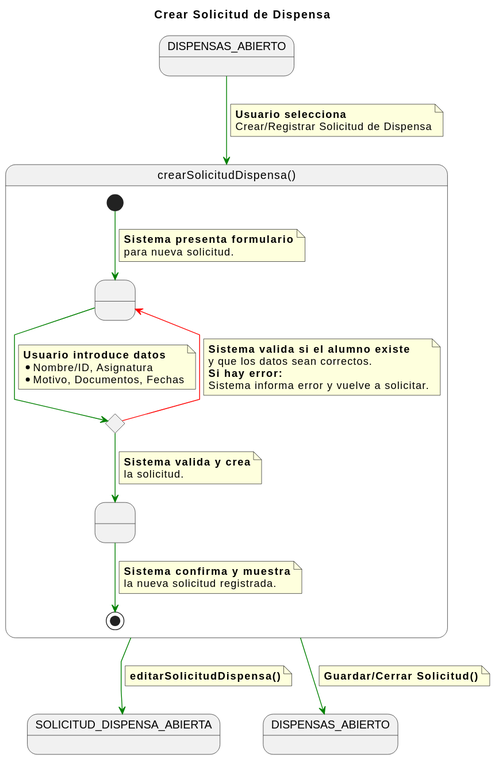
enmabry/25-26-IdSw1-SdR keeps this PlantUML diagram as documents/CasosDeUso/DetalladoCasosDeUso/Secretaria/crearSolicitudDispensa.svg. Above is the earlier version.
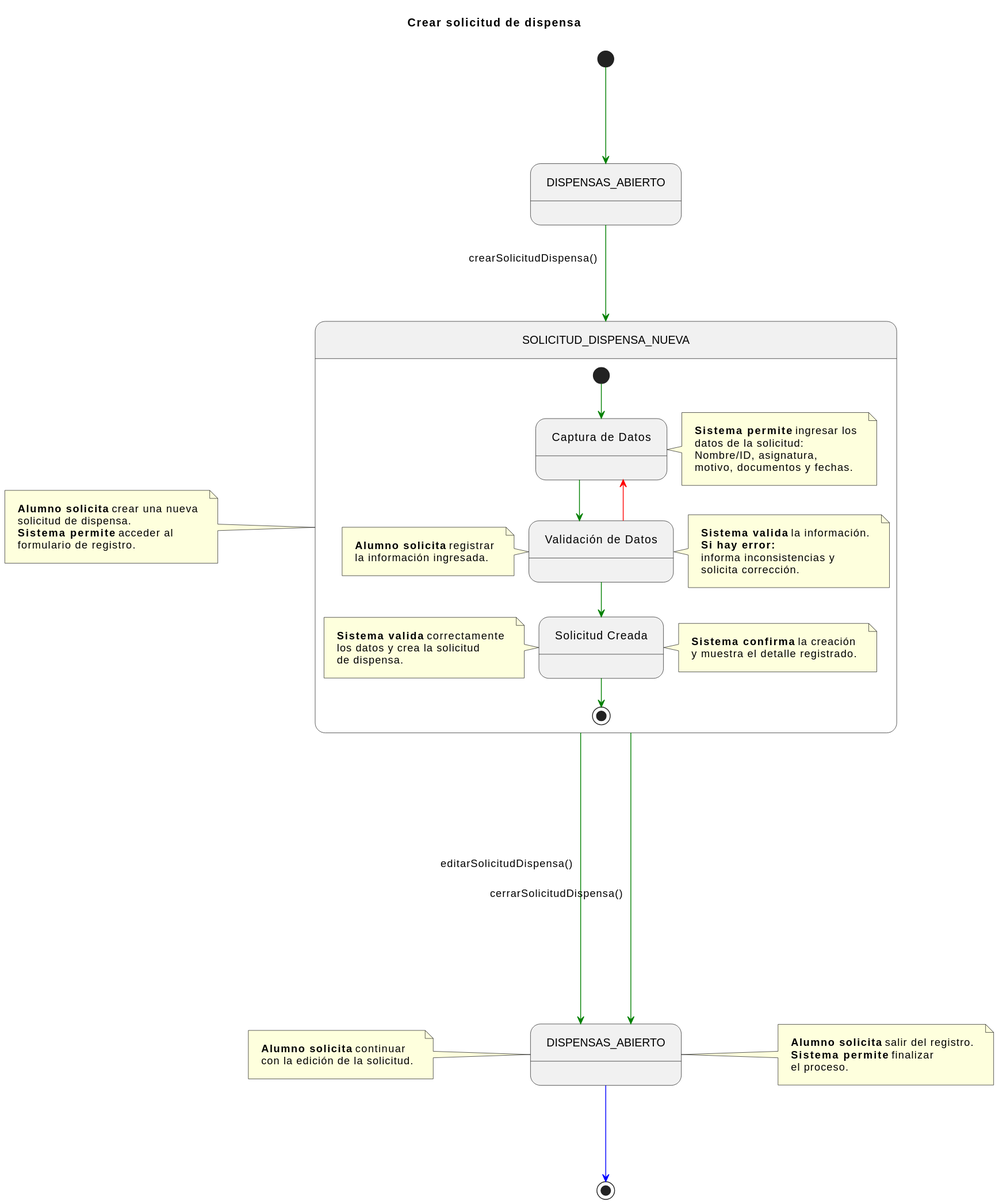
After the commit.

Diff of the diagram source:
```diff
@@ -1,65 +1,91 @@
 @startuml
-title Crear Solicitud de Dispensa
+title Crear solicitud de dispensa
 
-skinparam linetype polyline
 
-state startState as "DISPENSAS_ABIERTO"
-state endState1 as "SOLICITUD_DISPENSA_ABIERTA"
-state endState2 as "DISPENSAS_ABIERTO"
+skinparam nodesep 120
+skinparam ranksep 120
+skinparam linetype ortho
+skinparam Padding 10
 
-startState -[#green]-> crearSolicitudDispensa
-note on link
-    <b>Usuario selecciona</b>
-    Crear/Registrar Solicitud de Dispensa
+state DISPENSAS_ABIERTO_INICIAL      as "DISPENSAS_ABIERTO"
+state SOLICITUD_DISPENSA_NUEVA_COMP  as "SOLICITUD_DISPENSA_NUEVA"
+state DISPENSAS_ABIERTO_FINAL        as "DISPENSAS_ABIERTO"
+
+[*] -[#green]-> DISPENSAS_ABIERTO_INICIAL
+
+DISPENSAS_ABIERTO_INICIAL -[#green]-> SOLICITUD_DISPENSA_NUEVA_COMP : crearSolicitudDispensa()
+
+note left of SOLICITUD_DISPENSA_NUEVA_COMP
+    <b>Alumno solicita</b> crear una nueva
+    solicitud de dispensa.
+    <b>Sistema permite</b> acceder al
+    formulario de registro.
 end note
 
-state crearSolicitudDispensa as "crearSolicitudDispensa()" {
-    state SolicitudDatos as " "
-    state ValidarDatos <<choice>>
-    state CreacionExitosa as " "
 
-    [*] -[#green]-> SolicitudDatos
-    note on link
-        <b>Sistema presenta formulario</b>
-        para nueva solicitud.
+state SOLICITUD_DISPENSA_NUEVA_COMP {
+
+    state CapturaDatos    as "Captura de Datos"
+    state ValidarDatos    as "Validación de Datos"
+    state CreacionExitosa as "Solicitud Creada"
+
+    [*] -[#green]-> CapturaDatos
+
+    note right of CapturaDatos
+        <b>Sistema permite</b> ingresar los
+        datos de la solicitud:
+        Nombre/ID, asignatura,
+        motivo, documentos y fechas.
     end note
 
-    SolicitudDatos -[#green]-> ValidarDatos
-    note on link
-        <b>Usuario introduce datos</b>
-        * Nombre/ID, Asignatura
-        * Motivo, Documentos, Fechas
+    CapturaDatos -[#green]-> ValidarDatos
+
+    note left of ValidarDatos
+        <b>Alumno solicita</b> registrar
+        la información ingresada.
     end note
 
-    ValidarDatos -[#red]-> SolicitudDatos
-    note on link
-        <b>Sistema valida si el alumno existe</b>
-        y que los datos sean correctos.
+    ValidarDatos -[#red]-> CapturaDatos
+
+    note right of ValidarDatos
+        <b>Sistema valida</b> la información.
         <b>Si hay error:</b>
-        Sistema informa error y vuelve a solicitar.
+        informa inconsistencias y
+        solicita corrección.
     end note
 
     ValidarDatos -[#green]-> CreacionExitosa
 
-    note on link
-        <b>Sistema valida y crea</b>
-        la solicitud.
+    note left of CreacionExitosa
+        <b>Sistema valida</b> correctamente
+        los datos y crea la solicitud
+        de dispensa.
     end note
 
     CreacionExitosa -[#green]-> [*]
-    note on link
-        <b>Sistema confirma y muestra</b>
-        la nueva solicitud registrada.
+
+    note right of CreacionExitosa
+        <b>Sistema confirma</b> la creación
+        y muestra el detalle registrado.
     end note
 }
 
-crearSolicitudDispensa -[#green]-> endState1
-note on link
-    <b>editarSolicitudDispensa()</b>
+SOLICITUD_DISPENSA_NUEVA_COMP -[#green]---> DISPENSAS_ABIERTO_FINAL : editarSolicitudDispensa()
+
+note left of DISPENSAS_ABIERTO_FINAL
+    <b>Alumno solicita</b> continuar
+    con la edición de la solicitud.
 end note
 
-crearSolicitudDispensa -[#green]-> endState2
-note on link
-    <b>Guardar/Cerrar Solicitud()</b>
+
+SOLICITUD_DISPENSA_NUEVA_COMP -[#green]---> DISPENSAS_ABIERTO_FINAL : cerrarSolicitudDispensa()
+
+note right of DISPENSAS_ABIERTO_FINAL
+    <b>Alumno solicita</b> salir del registro.
+    <b>Sistema permite</b> finalizar
+    el proceso.
 end note
+
+
+DISPENSAS_ABIERTO_FINAL -[#blue]-> [*]
 @enduml
```
